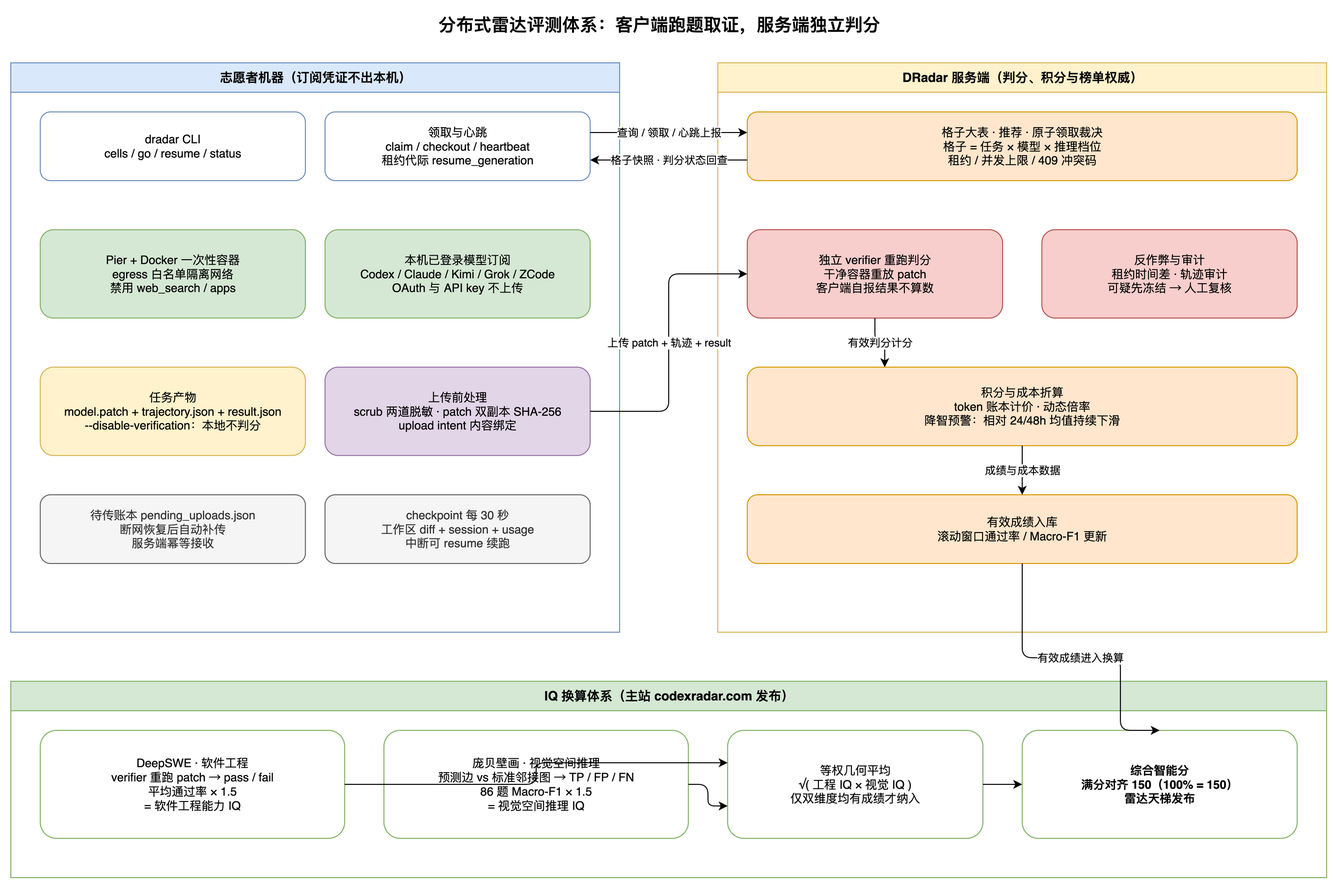
RainPot/RainPot.github.io keeps this draw.io diagram as public/images/dradar-iq-eval/overview.png. Above is the earlier version. Source tidied: cells renumbered, new cells last; positions are measured from the earlier drawing's top-left corner, leaving out a move shared by most shapes. Source of this version:
```xml
<mxGraphModel>
  <root>
    <mxCell id="0" />
    <mxCell id="1" parent="0" />
    <mxCell id="2" value="分布式雷达评测体系：客户端跑题取证，服务端独立判分" style="text;html=1;fontSize=18;fontStyle=1;align=center;verticalAlign=middle;" parent="1" vertex="1">
      <mxGeometry x="300" width="720" height="30" as="geometry" />
    </mxCell>
    <mxCell id="3" value="志愿者机器（订阅凭证不出本机）" style="swimlane;startSize=30;html=1;fillColor=#dae8fc;strokeColor=#6c8ebf;fontSize=13;fontStyle=1;" parent="1" vertex="1">
      <mxGeometry y="54" width="620" height="580" as="geometry" />
    </mxCell>
    <mxCell id="4" value="dradar CLI&#10;cells / go / resume / status" style="rounded=1;whiteSpace=wrap;html=1;fillColor=#ffffff;strokeColor=#6c8ebf;fontSize=12;" parent="3" vertex="1">
      <mxGeometry x="30" y="50" width="270" height="70" as="geometry" />
    </mxCell>
    <mxCell id="5" value="领取与心跳&#10;claim / checkout / heartbeat&#10;租约代际 resume_generation" style="rounded=1;whiteSpace=wrap;html=1;fillColor=#ffffff;strokeColor=#6c8ebf;fontSize=12;" parent="3" vertex="1">
      <mxGeometry x="320" y="50" width="270" height="70" as="geometry" />
    </mxCell>
    <mxCell id="6" value="Pier + Docker 一次性容器&#10;egress 白名单隔离网络&#10;禁用 web_search / apps" style="rounded=1;whiteSpace=wrap;html=1;fillColor=#d5e8d4;strokeColor=#82b366;fontSize=12;" parent="3" vertex="1">
      <mxGeometry x="30" y="170" width="270" height="90" as="geometry" />
    </mxCell>
    <mxCell id="7" value="本机已登录模型订阅&#10;Codex / Claude / Kimi / Grok / ZCode&#10;OAuth 与 API key 不上传" style="rounded=1;whiteSpace=wrap;html=1;fillColor=#d5e8d4;strokeColor=#82b366;fontSize=12;" parent="3" vertex="1">
      <mxGeometry x="320" y="170" width="270" height="90" as="geometry" />
    </mxCell>
    <mxCell id="8" value="任务产物&#10;model.patch + trajectory.json + result.json&#10;--disable-verification：本地不判分" style="rounded=1;whiteSpace=wrap;html=1;fillColor=#fff2cc;strokeColor=#d6b656;fontSize=12;" parent="3" vertex="1">
      <mxGeometry x="30" y="310" width="270" height="90" as="geometry" />
    </mxCell>
    <mxCell id="9" value="上传前处理&#10;scrub 两道脱敏 · patch 双副本 SHA-256&#10;upload intent 内容绑定" style="rounded=1;whiteSpace=wrap;html=1;fillColor=#e1d5e7;strokeColor=#9673a6;fontSize=12;" parent="3" vertex="1">
      <mxGeometry x="320" y="310" width="270" height="90" as="geometry" />
    </mxCell>
    <mxCell id="10" value="待传账本 pending_uploads.json&#10;断网恢复后自动补传&#10;服务端幂等接收" style="rounded=1;whiteSpace=wrap;html=1;fillColor=#f5f5f5;strokeColor=#666666;fontSize=12;fontColor=#333333;" parent="3" vertex="1">
      <mxGeometry x="30" y="440" width="270" height="70" as="geometry" />
    </mxCell>
    <mxCell id="11" value="checkpoint 每 30 秒&#10;工作区 diff + session + usage&#10;中断可 resume 续跑" style="rounded=1;whiteSpace=wrap;html=1;fillColor=#f5f5f5;strokeColor=#666666;fontSize=12;fontColor=#333333;" parent="3" vertex="1">
      <mxGeometry x="320" y="440" width="270" height="70" as="geometry" />
    </mxCell>
    <mxCell id="12" value="DRadar 服务端（判分、积分与榜单权威）" style="swimlane;startSize=30;html=1;fillColor=#fff2cc;strokeColor=#d6b656;fontSize=13;fontStyle=1;" parent="1" vertex="1">
      <mxGeometry x="720" y="54" width="620" height="580" as="geometry" />
    </mxCell>
    <mxCell id="13" value="格子大表 · 推荐 · 原子领取裁决&#10;格子 = 任务 × 模型 × 推理档位&#10;租约 / 并发上限 / 409 冲突码" style="rounded=1;whiteSpace=wrap;html=1;fillColor=#ffe6cc;strokeColor=#d79b00;fontSize=12;" parent="12" vertex="1">
      <mxGeometry x="30" y="50" width="560" height="70" as="geometry" />
    </mxCell>
    <mxCell id="14" value="独立 verifier 重跑判分&#10;干净容器重放 patch&#10;客户端自报结果不算数" style="rounded=1;whiteSpace=wrap;html=1;fillColor=#f8cecc;strokeColor=#b85450;fontSize=12;" parent="12" vertex="1">
      <mxGeometry x="30" y="170" width="260" height="90" as="geometry" />
    </mxCell>
    <mxCell id="15" value="反作弊与审计&#10;租约时间差 · 轨迹审计&#10;可疑先冻结 → 人工复核" style="rounded=1;whiteSpace=wrap;html=1;fillColor=#f8cecc;strokeColor=#b85450;fontSize=12;" parent="12" vertex="1">
      <mxGeometry x="330" y="170" width="260" height="90" as="geometry" />
    </mxCell>
    <mxCell id="16" value="积分与成本折算&#10;token 账本计价 · 动态倍率&#10;降智预警：相对 24/48h 均值持续下滑" style="rounded=1;whiteSpace=wrap;html=1;fillColor=#ffe6cc;strokeColor=#d79b00;fontSize=12;" parent="12" vertex="1">
      <mxGeometry x="30" y="310" width="560" height="80" as="geometry" />
    </mxCell>
    <mxCell id="17" value="有效成绩入库&#10;滚动窗口通过率 / Macro-F1 更新" style="rounded=1;whiteSpace=wrap;html=1;fillColor=#ffe6cc;strokeColor=#d79b00;fontSize=12;" parent="12" vertex="1">
      <mxGeometry x="30" y="440" width="560" height="70" as="geometry" />
    </mxCell>
    <mxCell id="18" value="查询 / 领取 / 心跳上报" style="edgeStyle=orthogonalEdgeStyle;rounded=1;jettySize=auto;html=1;fontSize=11;exitX=1;exitY=0.3;exitDx=0;exitDy=0;entryX=0;entryY=0.3;entryDx=0;entryDy=0;" parent="1" edge="1" source="5" target="13">
      <mxGeometry relative="1" as="geometry" />
    </mxCell>
    <mxCell id="19" value="格子快照 · 判分状态回查" style="edgeStyle=orthogonalEdgeStyle;rounded=1;jettySize=auto;html=1;fontSize=11;exitX=0;exitY=0.7;exitDx=0;exitDy=0;entryX=1;entryY=0.7;entryDx=0;entryDy=0;" parent="1" edge="1" source="13" target="5">
      <mxGeometry relative="1" as="geometry" />
    </mxCell>
    <mxCell id="20" value="上传 patch + 轨迹 + result" style="edgeStyle=orthogonalEdgeStyle;rounded=1;jettySize=auto;html=1;fontSize=11;exitX=1;exitY=0.5;exitDx=0;exitDy=0;entryX=0;entryY=0.5;entryDx=0;entryDy=0;" parent="1" edge="1" source="9" target="14">
      <mxGeometry relative="1" as="geometry" />
    </mxCell>
    <mxCell id="21" value="有效判分计分" style="edgeStyle=orthogonalEdgeStyle;rounded=1;jettySize=auto;html=1;fontSize=11;exitX=0.5;exitY=1;exitDx=0;exitDy=0;entryX=0.25;entryY=0;entryDx=0;entryDy=0;" parent="1" edge="1" source="14" target="16">
      <mxGeometry relative="1" as="geometry" />
    </mxCell>
    <mxCell id="22" value="成绩与成本数据" style="edgeStyle=orthogonalEdgeStyle;rounded=1;jettySize=auto;html=1;fontSize=11;exitX=0.5;exitY=1;exitDx=0;exitDy=0;entryX=0.5;entryY=0;entryDx=0;entryDy=0;" parent="1" edge="1" source="16" target="17">
      <mxGeometry relative="1" as="geometry" />
    </mxCell>
    <mxCell id="23" value="IQ 换算体系（主站 codexradar.com 发布）" style="swimlane;startSize=30;html=1;fillColor=#d5e8d4;strokeColor=#82b366;fontSize=13;fontStyle=1;" parent="1" vertex="1">
      <mxGeometry y="684" width="1340" height="200" as="geometry" />
    </mxCell>
    <mxCell id="24" value="DeepSWE · 软件工程&#10;verifier 重跑 patch → pass / fail&#10;平均通过率 × 1.5&#10;= 软件工程能力 IQ" style="rounded=1;whiteSpace=wrap;html=1;fillColor=#ffffff;strokeColor=#82b366;fontSize=12;" parent="23" vertex="1">
      <mxGeometry x="30" y="50" width="310" height="110" as="geometry" />
    </mxCell>
    <mxCell id="25" value="庞贝壁画 · 视觉空间推理&#10;预测边 vs 标准邻接图 → TP / FP / FN&#10;86 题 Macro-F1 × 1.5&#10;= 视觉空间推理 IQ" style="rounded=1;whiteSpace=wrap;html=1;fillColor=#ffffff;strokeColor=#82b366;fontSize=12;" parent="23" vertex="1">
      <mxGeometry x="380" y="50" width="310" height="110" as="geometry" />
    </mxCell>
    <mxCell id="26" value="等权几何平均&#10;√( 工程 IQ × 视觉 IQ )&#10;仅双维度均有成绩才纳入" style="rounded=1;whiteSpace=wrap;html=1;fillColor=#ffffff;strokeColor=#82b366;fontSize=12;" parent="23" vertex="1">
      <mxGeometry x="730" y="50" width="260" height="110" as="geometry" />
    </mxCell>
    <mxCell id="27" value="综合智能分&#10;满分对齐 150（100% = 150）&#10;雷达天梯发布" style="rounded=1;whiteSpace=wrap;html=1;fillColor=#ffffff;strokeColor=#82b366;fontSize=12;fontStyle=1;" parent="23" vertex="1">
      <mxGeometry x="1030" y="50" width="280" height="110" as="geometry" />
    </mxCell>
    <mxCell id="28" style="edgeStyle=orthogonalEdgeStyle;rounded=1;jettySize=auto;html=1;exitX=1;exitY=0.5;exitDx=0;exitDy=0;entryX=0;entryY=0.3;entryDx=0;entryDy=0;" parent="23" edge="1" source="24" target="26">
      <mxGeometry relative="1" as="geometry" />
    </mxCell>
    <mxCell id="29" style="edgeStyle=orthogonalEdgeStyle;rounded=1;jettySize=auto;html=1;exitX=1;exitY=0.5;exitDx=0;exitDy=0;entryX=0;entryY=0.7;entryDx=0;entryDy=0;" parent="23" edge="1" source="25" target="26">
      <mxGeometry relative="1" as="geometry" />
    </mxCell>
    <mxCell id="30" style="edgeStyle=orthogonalEdgeStyle;rounded=1;jettySize=auto;html=1;exitX=1;exitY=0.5;exitDx=0;exitDy=0;entryX=0;entryY=0.5;entryDx=0;entryDy=0;" parent="23" edge="1" source="26" target="27">
      <mxGeometry relative="1" as="geometry" />
    </mxCell>
    <mxCell id="31" value="有效成绩进入换算" style="edgeStyle=orthogonalEdgeStyle;rounded=1;jettySize=auto;html=1;fontSize=11;exitX=0.5;exitY=1;exitDx=0;exitDy=0;entryX=0.5;entryY=0;entryDx=0;entryDy=0;" parent="1" edge="1" source="17" target="27">
      <mxGeometry relative="1" as="geometry">
        <Array as="points">
          <mxPoint x="1030" y="660" />
          <mxPoint x="1130" y="660" />
        </Array>
      </mxGeometry>
    </mxCell>
  </root>
</mxGraphModel>
```
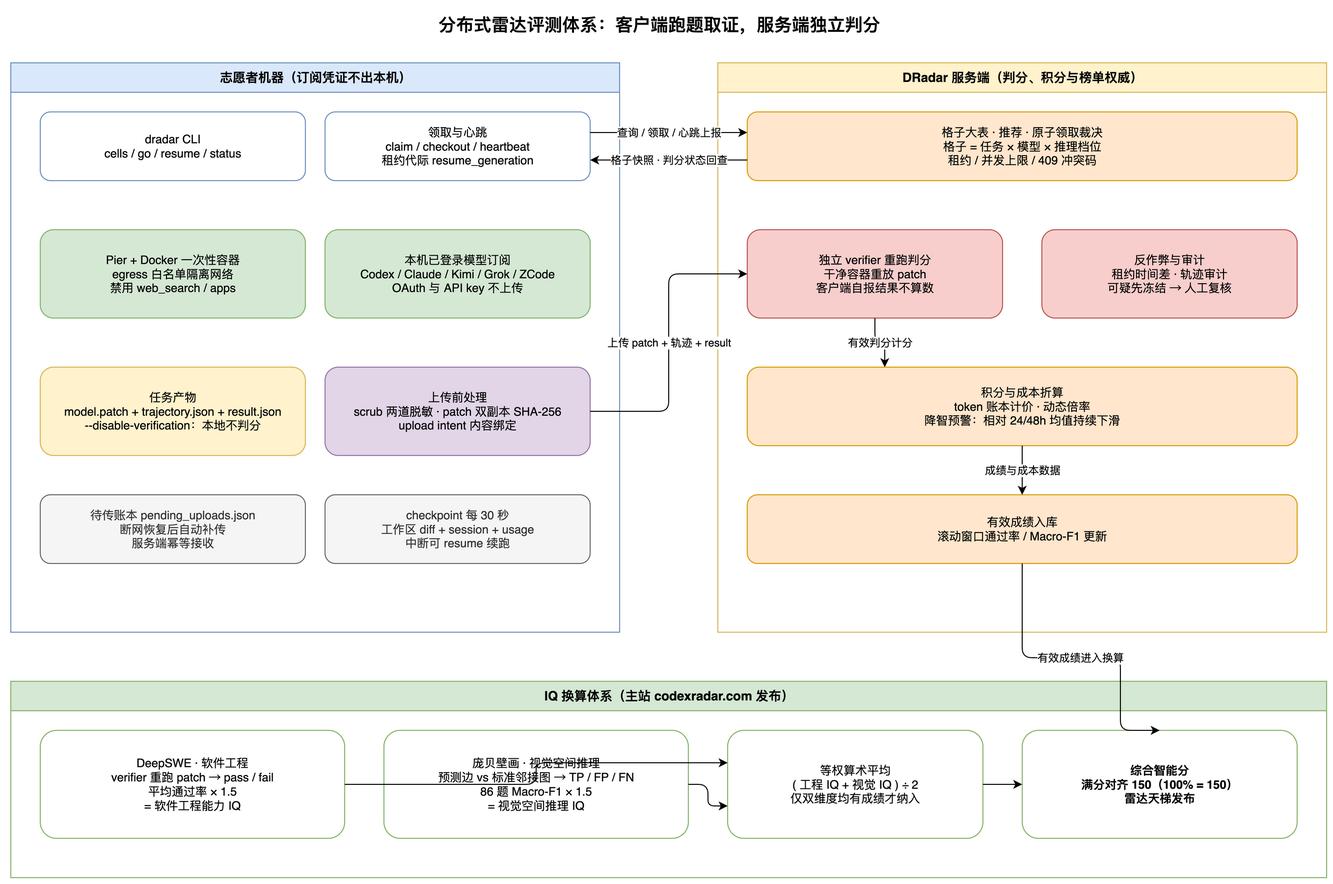
The same diagram one commit later.

Change to the diagram source:
```diff
@@ -74,7 +74,7 @@
     <mxCell id="25" value="庞贝壁画 · 视觉空间推理&#10;预测边 vs 标准邻接图 → TP / FP / FN&#10;86 题 Macro-F1 × 1.5&#10;= 视觉空间推理 IQ" style="rounded=1;whiteSpace=wrap;html=1;fillColor=#ffffff;strokeColor=#82b366;fontSize=12;" parent="23" vertex="1">
       <mxGeometry x="380" y="50" width="310" height="110" as="geometry" />
     </mxCell>
-    <mxCell id="26" value="等权几何平均&#10;√( 工程 IQ × 视觉 IQ )&#10;仅双维度均有成绩才纳入" style="rounded=1;whiteSpace=wrap;html=1;fillColor=#ffffff;strokeColor=#82b366;fontSize=12;" parent="23" vertex="1">
+    <mxCell id="26" value="等权算术平均&#10;( 工程 IQ + 视觉 IQ ) ÷ 2&#10;仅双维度均有成绩才纳入" style="rounded=1;whiteSpace=wrap;html=1;fillColor=#ffffff;strokeColor=#82b366;fontSize=12;" parent="23" vertex="1">
       <mxGeometry x="730" y="50" width="260" height="110" as="geometry" />
     </mxCell>
     <mxCell id="27" value="综合智能分&#10;满分对齐 150（100% = 150）&#10;雷达天梯发布" style="rounded=1;whiteSpace=wrap;html=1;fillColor=#ffffff;strokeColor=#82b366;fontSize=12;fontStyle=1;" parent="23" vertex="1">
```
